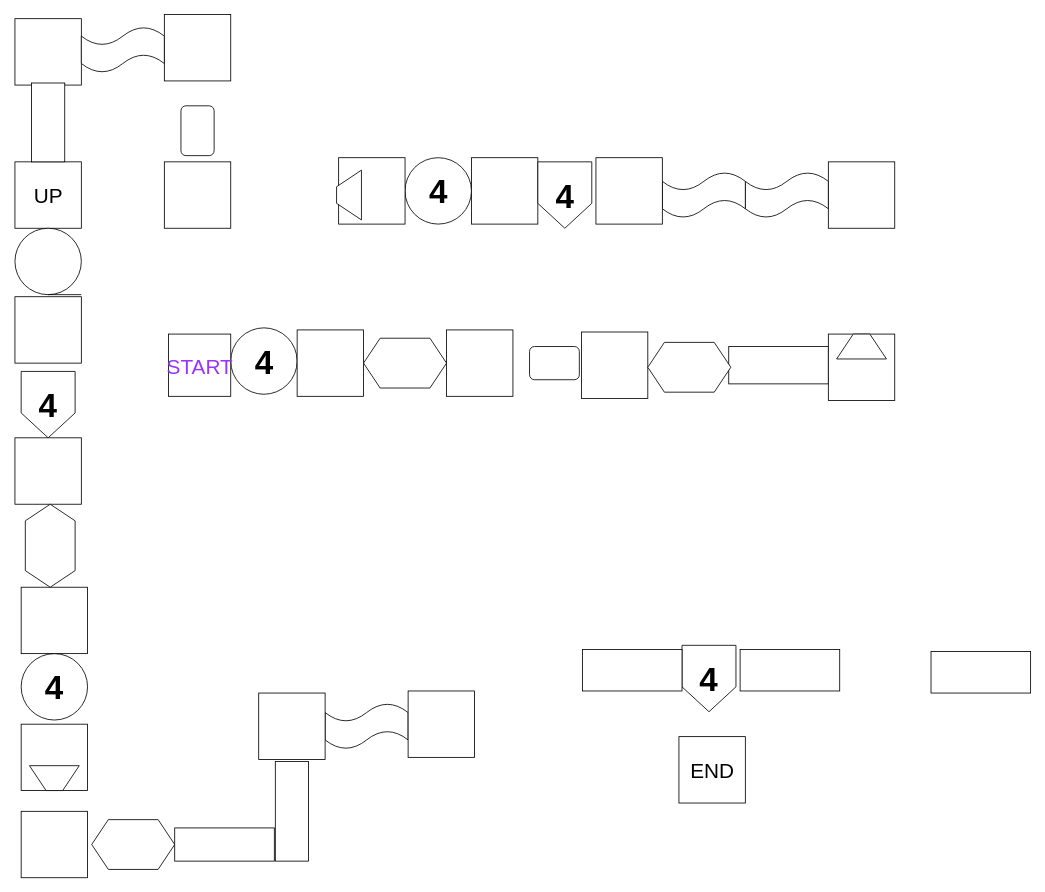
Earlier version of the draw.io diagram Level Design/Level_4.drawio (CrystalxBlade/Sky-Ball). Source tidied: cells renumbered, new cells numbered last; positions are measured from the earlier drawing's top-left corner, leaving out a move shared by most shapes. Both pictures are drawn from the tidied source at 83%, with x=0, y=0 at pixel (8, 14).
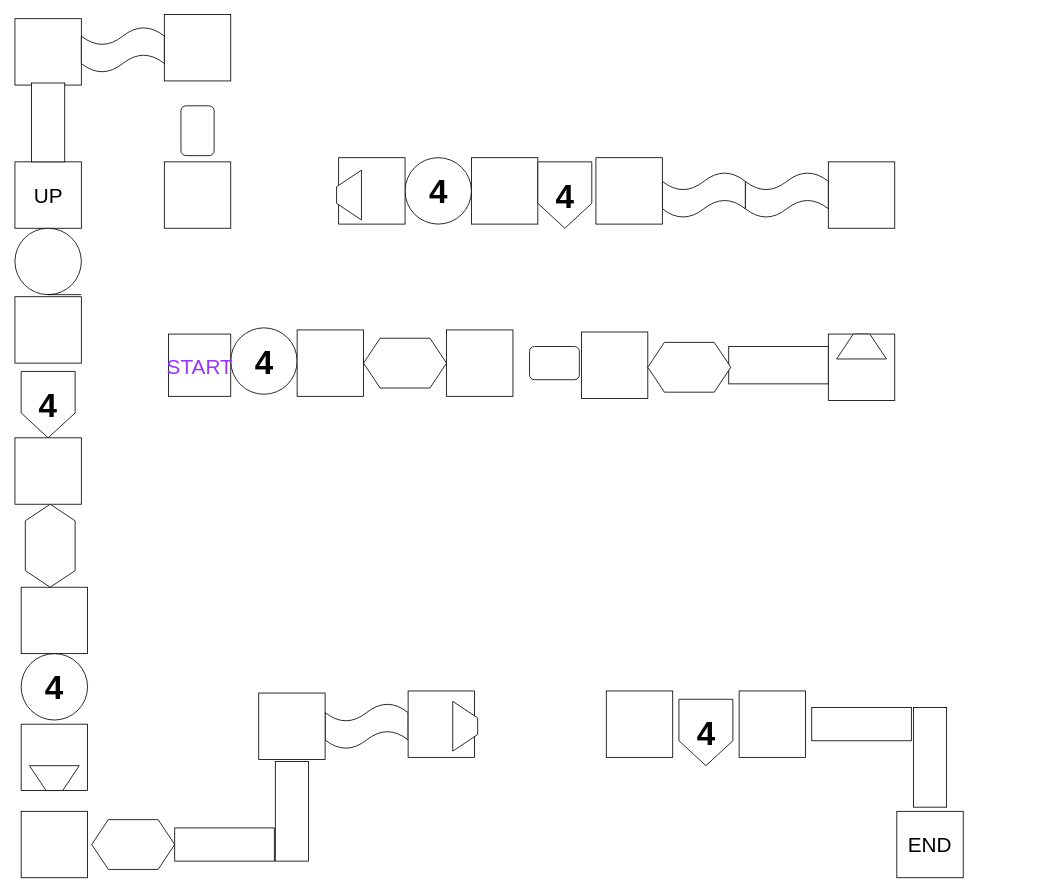
The same diagram, later.

Change to the diagram source:
```diff
@@
-    <mxCell id="4" style="rounded=0;whiteSpace=wrap;html=1;fillColor=light-dark(#FFFFFF,#FFCC99);" parent="1" vertex="1">
-      <mxGeometry x="1111.2" y="767.5" width="120" height="50" as="geometry" />
-    </mxCell>
@@
-    <mxCell id="21" style="rounded=0;whiteSpace=wrap;html=1;fillColor=light-dark(#FFFFFF,#FFCC99);" parent="1" vertex="1">
-      <mxGeometry x="881.2" y="765" width="120" height="50" as="geometry" />
-    </mxCell>
     <mxCell id="22" value="&lt;h1&gt;4&lt;/h1&gt;" style="shape=offPageConnector;whiteSpace=wrap;html=1;fillColor=light-dark(#FFFFFF,#4D4D4D);fontSize=20;" parent="1" vertex="1">
-      <mxGeometry x="811.2" y="760" width="65" height="80" as="geometry" />
+      <mxGeometry x="807.5" y="825" width="65" height="80" as="geometry" />
     </mxCell>
@@
-    <mxCell id="24" style="rounded=0;whiteSpace=wrap;html=1;fillColor=light-dark(#FFFFFF,#FFCC99);" parent="1" vertex="1">
-      <mxGeometry x="691.2" y="765" width="120" height="50" as="geometry" />
-    </mxCell>
     <mxCell id="25" value="&lt;font style=&quot;font-size: 25px; color: light-dark(rgb(0, 0, 0), rgb(153, 51, 255));&quot;&gt;END&lt;/font&gt;" style="rounded=0;whiteSpace=wrap;html=1;fillColor=light-dark(#FFFFFF,#FFCC99);" parent="1" vertex="1">
-      <mxGeometry x="807.5" y="870" width="80" height="80" as="geometry" />
+      <mxGeometry x="1070" y="960" width="80" height="80" as="geometry" />
     </mxCell>
@@
+    <mxCell id="50" style="shape=trapezoid;perimeter=trapezoidPerimeter;whiteSpace=wrap;html=1;fixedSize=1;fillColor=light-dark(#FFFFFF,#66B2FF);rotation=90;" parent="1" vertex="1">
+      <mxGeometry x="520" y="842.5" width="60" height="30" as="geometry" />
+    </mxCell>
+    <mxCell id="51" value="&lt;span style=&quot;white-space: pre;&quot;&gt;&#9;&lt;/span&gt;" style="whiteSpace=wrap;html=1;fillColor=light-dark(#FFFFFF,#FFCC99);fontSize=25;fontColor=light-dark(#000000,#6666FF);" parent="1" vertex="1">
+      <mxGeometry x="720" y="815" width="80" height="80" as="geometry" />
+    </mxCell>
+    <mxCell id="52" value="&lt;span style=&quot;white-space: pre;&quot;&gt;&#9;&lt;/span&gt;" style="whiteSpace=wrap;html=1;fillColor=light-dark(#FFFFFF,#FFCC99);fontSize=25;fontColor=light-dark(#000000,#6666FF);" parent="1" vertex="1">
+      <mxGeometry x="880" y="815" width="80" height="80" as="geometry" />
+    </mxCell>
+    <mxCell id="53" style="rounded=0;whiteSpace=wrap;html=1;fillColor=light-dark(#FFFFFF,#CCCCCC);rotation=-180;" parent="1" vertex="1">
+      <mxGeometry x="967.5" y="835" width="120" height="40" as="geometry" />
+    </mxCell>
+    <mxCell id="54" style="rounded=0;whiteSpace=wrap;html=1;fillColor=light-dark(#FFFFFF,#CCCCCC);rotation=90;" parent="1" vertex="1">
+      <mxGeometry x="1050" y="875" width="120" height="40" as="geometry" />
+    </mxCell>
```
